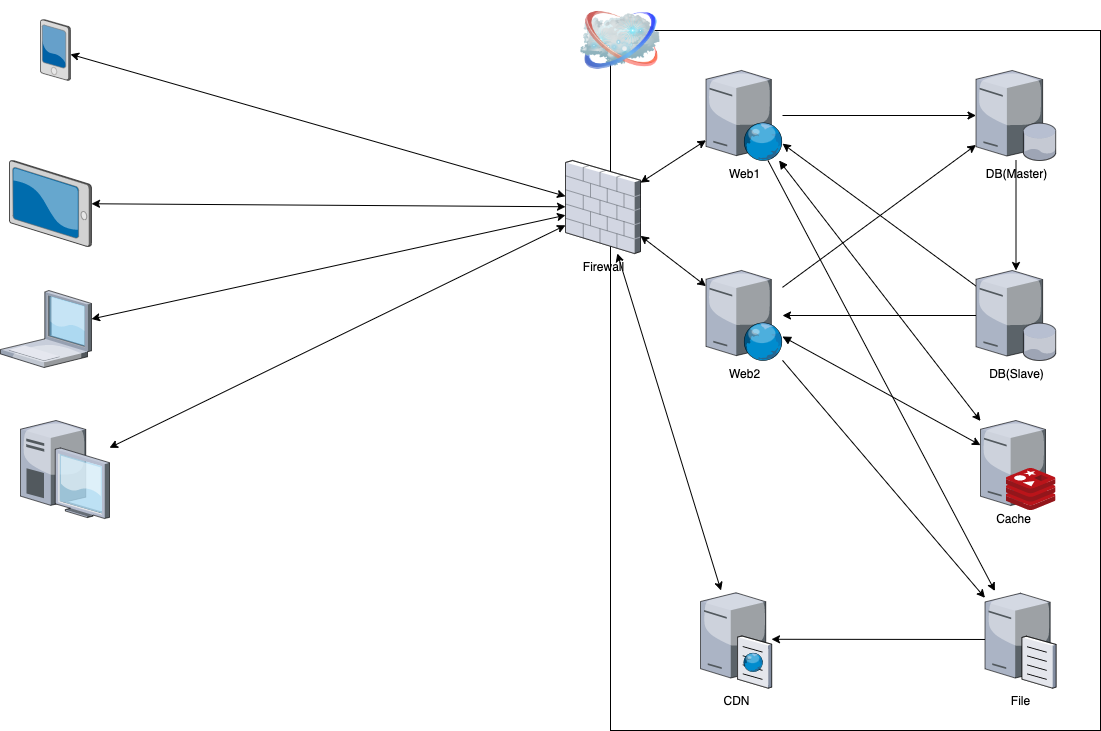
The draw.io diagram docs/architecture.drawio.png in wate/lde, before a commit. Source tidied: cells renumbered, new cells last; positions are measured from the earlier drawing's top-left corner, leaving out a move shared by most shapes.
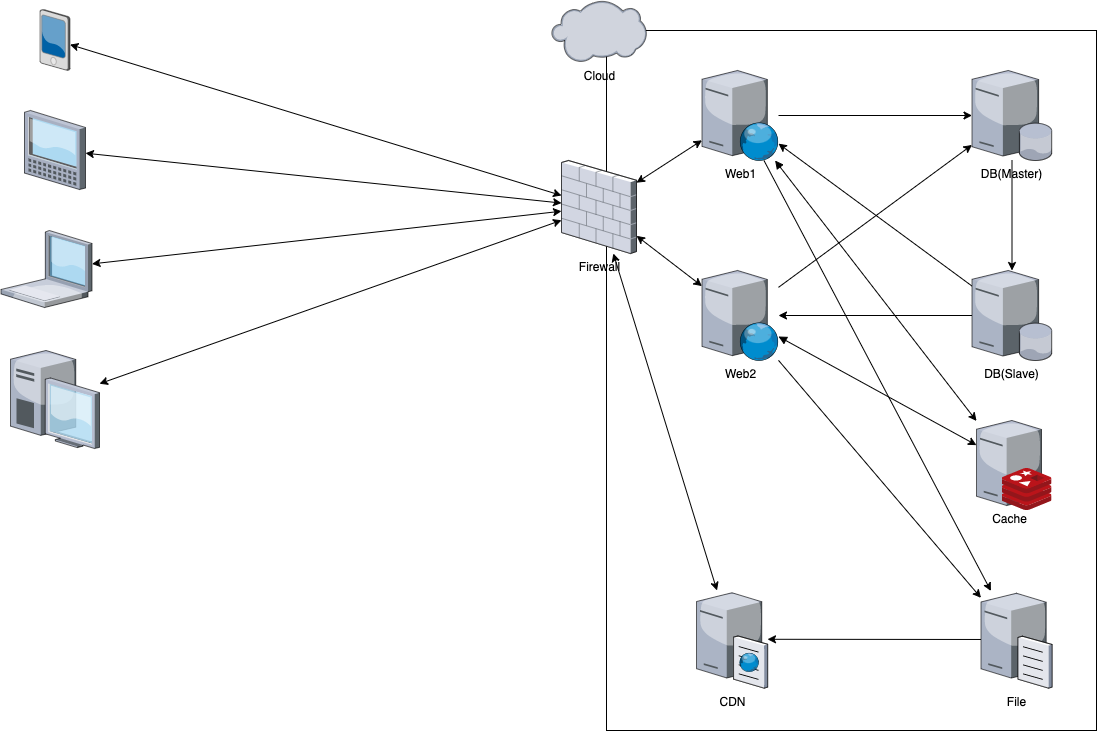
Later version of the same file.

What changed in the source:
```diff
@@ -54,7 +54,7 @@
       <mxGeometry relative="1" as="geometry" />
     </mxCell>
     <mxCell id="19" style="verticalLabelPosition=bottom;sketch=0;html=1;verticalAlign=top;strokeColor=none;align=center;outlineConnect=0;shape=mxgraph.citrix.laptop_1;" parent="1" vertex="1">
-      <mxGeometry y="290" width="91" height="77" as="geometry" />
+      <mxGeometry x="4.5" y="230" width="91" height="77" as="geometry" />
     </mxCell>
     <mxCell id="20" style="edgeStyle=none;html=1;startArrow=block;startFill=1;" parent="1" edge="1" source="12" target="22">
       <mxGeometry relative="1" as="geometry" />
@@ -80,26 +80,26 @@
     <mxCell id="27" value="Firewall" style="verticalLabelPosition=bottom;sketch=0;html=1;verticalAlign=top;strokeColor=none;align=center;outlineConnect=0;shape=mxgraph.citrix.firewall;" parent="1" vertex="1">
       <mxGeometry x="565" y="160" width="75" height="93" as="geometry" />
     </mxCell>
-    <mxCell id="28" style="image;html=1;image=img/lib/clip_art/networking/Cloud_128x128.png;" parent="1" vertex="1">
-      <mxGeometry x="580" width="80" height="80" as="geometry" />
-    </mxCell>
     <mxCell id="29" style="edgeStyle=none;html=1;startArrow=classic;startFill=1;" parent="1" edge="1" source="30" target="27">
       <mxGeometry relative="1" as="geometry" />
     </mxCell>
     <mxCell id="30" style="verticalLabelPosition=bottom;sketch=0;html=1;verticalAlign=top;strokeColor=none;align=center;outlineConnect=0;shape=mxgraph.citrix.pda;" parent="1" vertex="1">
-      <mxGeometry x="40" y="19" width="30" height="61" as="geometry" />
+      <mxGeometry x="43.5" y="9" width="30" height="61" as="geometry" />
     </mxCell>
-    <mxCell id="31" style="edgeStyle=none;html=1;startArrow=classic;startFill=1;" parent="1" edge="1" source="32" target="27">
+    <mxCell id="31" style="edgeStyle=none;html=1;startArrow=classic;startFill=1;" parent="1" edge="1" source="36" target="27">
       <mxGeometry relative="1" as="geometry" />
     </mxCell>
-    <mxCell id="32" style="verticalLabelPosition=bottom;sketch=0;html=1;verticalAlign=top;strokeColor=none;align=center;outlineConnect=0;shape=mxgraph.citrix.tablet_2;" parent="1" vertex="1">
-      <mxGeometry x="9" y="160" width="82" height="86" as="geometry" />
-    </mxCell>
     <mxCell id="33" style="edgeStyle=none;html=1;startArrow=classic;startFill=1;" parent="1" edge="1" source="34" target="27">
       <mxGeometry relative="1" as="geometry" />
     </mxCell>
     <mxCell id="34" style="verticalLabelPosition=bottom;sketch=0;html=1;verticalAlign=top;strokeColor=none;align=center;outlineConnect=0;shape=mxgraph.citrix.desktop;" parent="1" vertex="1">
-      <mxGeometry x="20" y="420" width="89" height="98" as="geometry" />
+      <mxGeometry x="14" y="350" width="89" height="98" as="geometry" />
     </mxCell>
+    <mxCell id="35" value="Cloud" style="verticalLabelPosition=bottom;sketch=0;html=1;verticalAlign=top;strokeColor=none;align=center;shape=mxgraph.citrix.cloud;" parent="1" vertex="1">
+      <mxGeometry x="555" width="95" height="62" as="geometry" />
+    </mxCell>
+    <mxCell id="36" style="verticalLabelPosition=bottom;sketch=0;html=1;verticalAlign=top;strokeColor=none;align=center;outlineConnect=0;shape=mxgraph.citrix.tablet_1;" parent="1" vertex="1">
+      <mxGeometry x="28" y="110" width="61" height="79" as="geometry" />
+    </mxCell>
   </root>
 </mxGraphModel>
```
